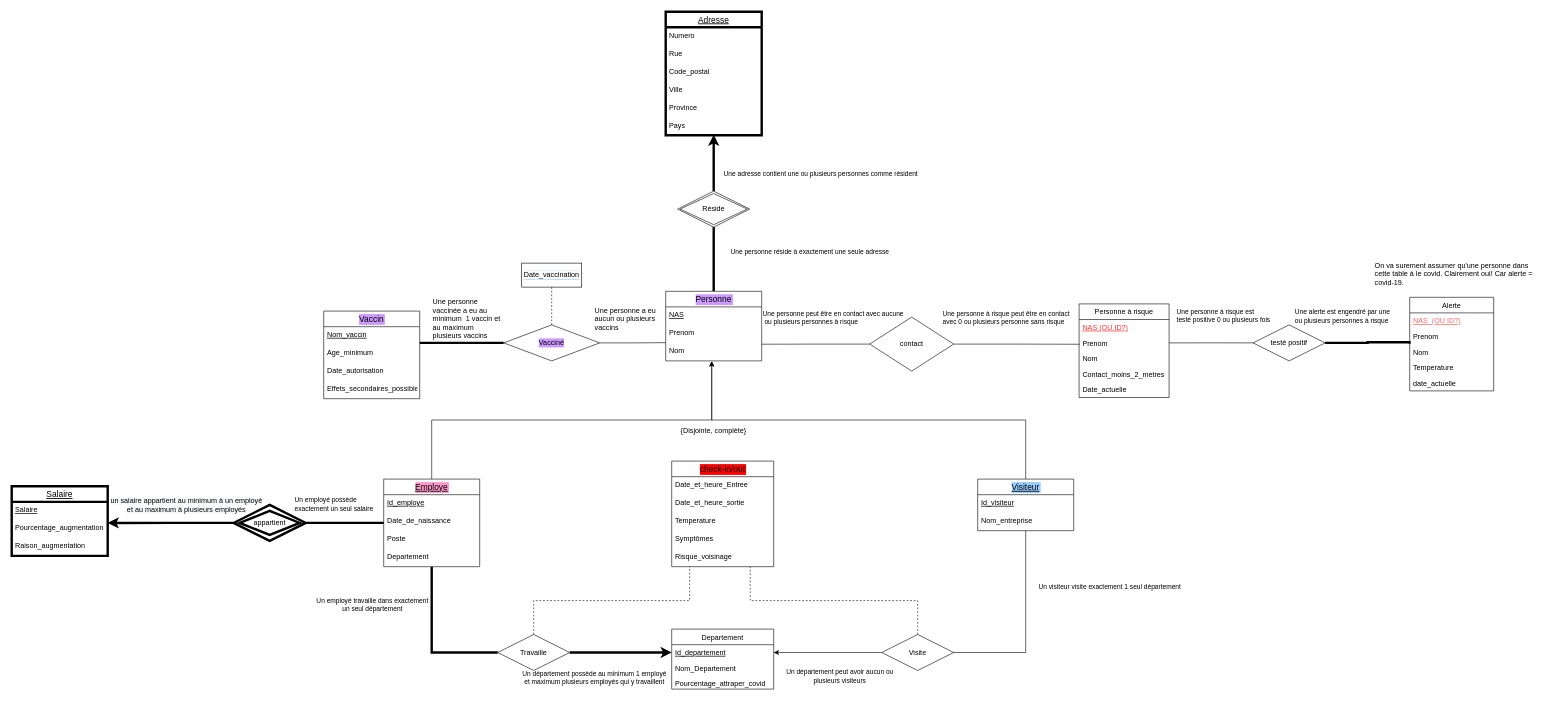
Carl-Montpetit/database-sql keeps this draw.io diagram as DRAWIO/Schéma_Conceptuel V2.drawio. Above is the earlier version. Source tidied: cells renumbered, new cells numbered last; positions are measured from the earlier drawing's top-left corner, leaving out a move shared by most shapes. Both pictures are drawn from the tidied source at 60%, with x=0, y=0 at pixel (11, 11).
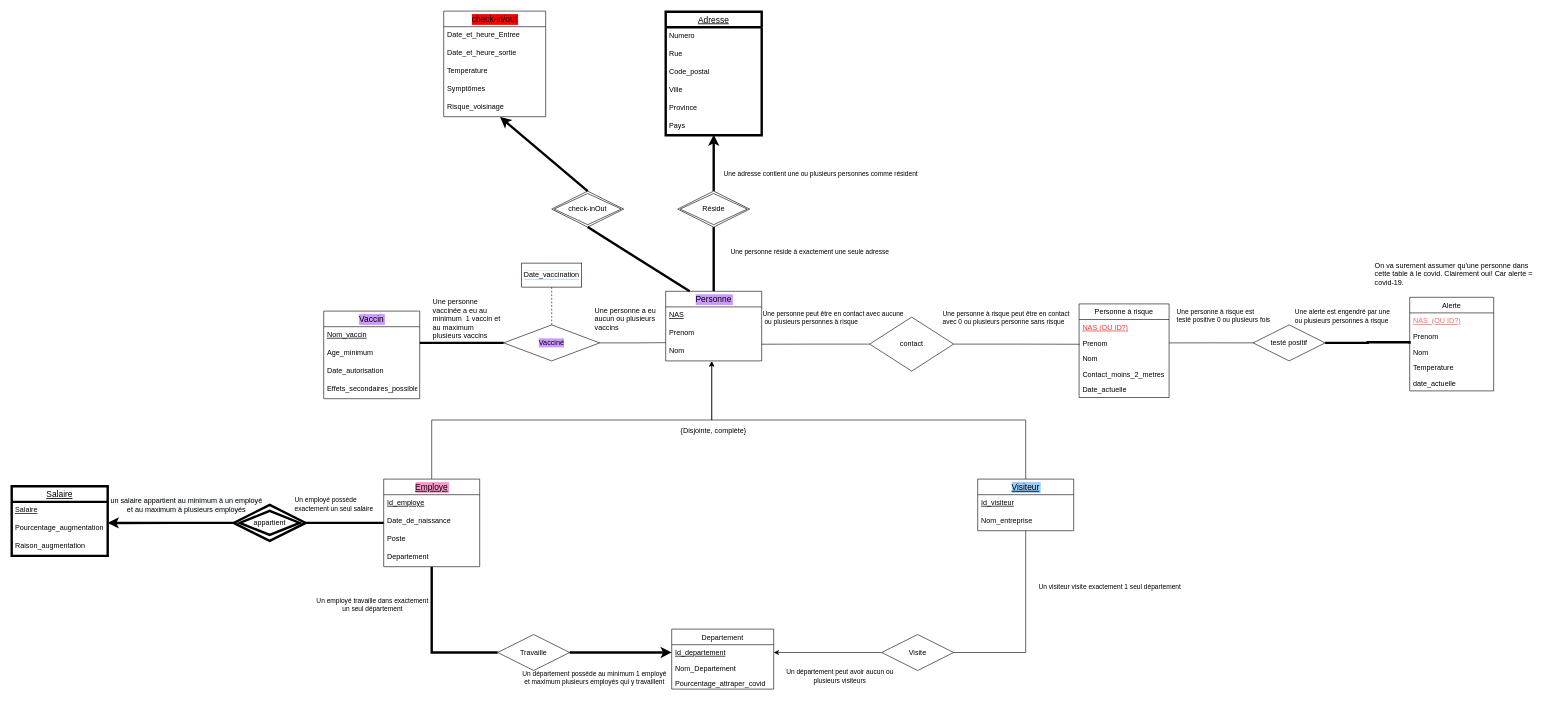
The same page after the edit.

Commit message:
Check-in/out va avec personne maintenant

Unchanged cells that the change refers to:
```xml
<mxCell id="38" value="Travaille" style="shape=rhombus;perimeter=rhombusPerimeter;whiteSpace=wrap;html=1;align=center;" parent="1" vertex="1">
  <mxGeometry x="810" y="1038" width="120" height="60" as="geometry" />
</mxCell>
<mxCell id="42" value="Visite" style="shape=rhombus;perimeter=rhombusPerimeter;whiteSpace=wrap;html=1;align=center;" parent="1" vertex="1">
  <mxGeometry x="1450" y="1038" width="120" height="60" as="geometry" />
</mxCell>
<mxCell id="93" value="Risque_voisinage" style="text;strokeColor=none;fillColor=none;spacingLeft=4;spacingRight=4;overflow=hidden;points=[[0,0.5],[1,0.5]];portConstraint=eastwest;fontSize=12;" parent="88" vertex="1">
  <mxGeometry y="146" width="170" height="30" as="geometry" />
</mxCell>
```

Diff of the diagram source:
```diff
@@
-    <mxCell id="37" style="edgeStyle=orthogonalEdgeStyle;rounded=0;jettySize=auto;html=1;exitX=0.5;exitY=0;exitDx=0;exitDy=0;startArrow=none;startFill=0;endArrow=none;endFill=0;strokeWidth=1;dashed=1;entryX=0.176;entryY=0.981;entryDx=0;entryDy=0;entryPerimeter=0;" parent="1" edge="1" source="38" target="93">
-      <mxGeometry relative="1" as="geometry" />
-    </mxCell>
@@
-    <mxCell id="41" style="edgeStyle=orthogonalEdgeStyle;rounded=0;jettySize=auto;html=1;exitX=0.5;exitY=0;exitDx=0;exitDy=0;entryX=0.77;entryY=1.014;entryDx=0;entryDy=0;entryPerimeter=0;dashed=1;startArrow=none;startFill=0;endArrow=none;endFill=0;strokeWidth=1;" parent="1" edge="1" source="42" target="93">
-      <mxGeometry relative="1" as="geometry" />
-    </mxCell>
@@
+    <mxCell id="94" value="&lt;font color=&quot;#000000&quot;&gt;appartient&lt;/font&gt;" style="shape=rhombus;double=1;perimeter=rhombusPerimeter;whiteSpace=wrap;html=1;align=center;fontColor=#FF3333;strokeWidth=4;" parent="1" vertex="1">
+      <mxGeometry x="370" y="822" width="120" height="60" as="geometry" />
+    </mxCell>
     <mxCell id="88" value="check-in/out" style="swimlane;fontStyle=0;horizontal=1;startSize=26;align=center;fontSize=14;labelBackgroundColor=#FF0000;" parent="1" vertex="1">
-      <mxGeometry x="1100" y="749" width="170" height="176" as="geometry" />
+      <mxGeometry x="720" y="-1" width="170" height="176" as="geometry" />
     </mxCell>
@@
-    <mxCell id="94" value="&lt;font color=&quot;#000000&quot;&gt;appartient&lt;/font&gt;" style="shape=rhombus;double=1;perimeter=rhombusPerimeter;whiteSpace=wrap;html=1;align=center;fontColor=#FF3333;strokeWidth=4;" parent="1" vertex="1">
-      <mxGeometry x="370" y="822" width="120" height="60" as="geometry" />
-    </mxCell>
+    <mxCell id="95" value="check-inOut" style="shape=rhombus;double=1;perimeter=rhombusPerimeter;whiteSpace=wrap;html=1;align=center;" parent="1" vertex="1">
+      <mxGeometry x="900" y="299" width="120" height="60" as="geometry" />
+    </mxCell>
+    <mxCell id="96" style="jettySize=auto;html=1;entryX=0.5;entryY=1;entryDx=0;entryDy=0;startArrow=none;startFill=0;endArrow=none;endFill=0;strokeWidth=4;rounded=0;exitX=0.25;exitY=0;exitDx=0;exitDy=0;" parent="1" edge="1" target="95">
+      <mxGeometry relative="1" as="geometry">
+        <mxPoint x="1130" y="466" as="sourcePoint" />
+      </mxGeometry>
+    </mxCell>
+    <mxCell id="97" style="rounded=0;jettySize=auto;html=1;exitX=0.5;exitY=0;exitDx=0;exitDy=0;entryX=0.553;entryY=1.018;entryDx=0;entryDy=0;entryPerimeter=0;startArrow=none;startFill=0;endArrow=classic;endFill=1;strokeWidth=4;" parent="1" edge="1" source="95" target="93">
+      <mxGeometry relative="1" as="geometry" />
+    </mxCell>
```
